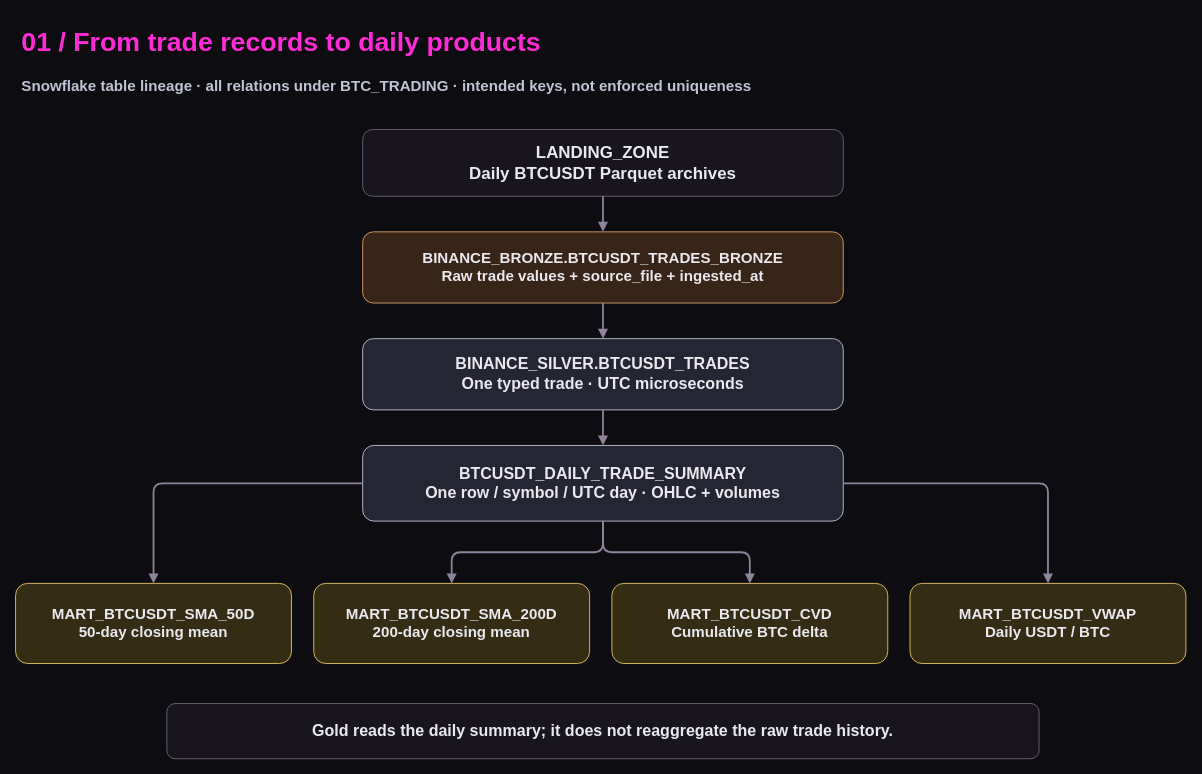
Before: docs/assets/diagrams/01-lineage.drawio in saradfrz/bitcoin-pipeline-benchmark-snowflake, a draw.io diagram. Source tidied: cells renumbered, new cells numbered last; positions are measured from the earlier drawing's top-left corner, leaving out a move shared by most shapes. Both pictures are drawn from the tidied source at 89%, with x=0, y=0 at pixel (15, 15).
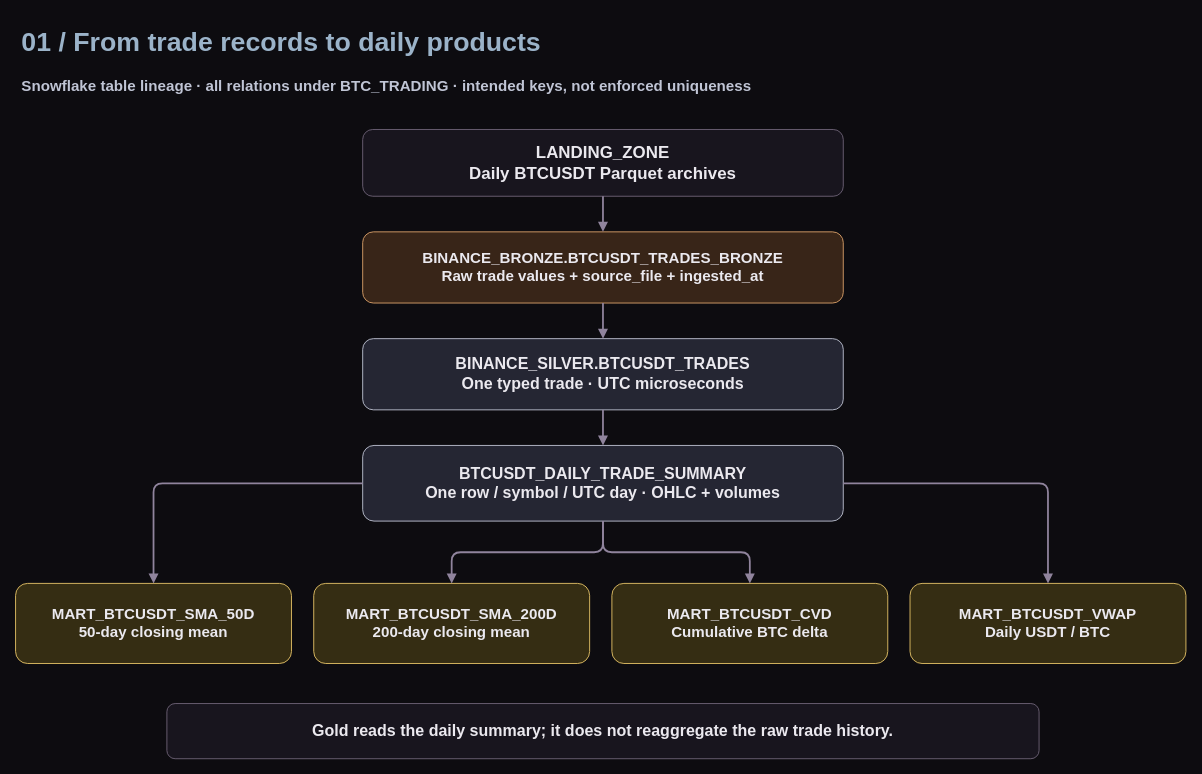
The same page after the edit.

Diff of the diagram source:
```diff
@@
 <mxGraphModel background="#0d0c10">
   <root>
     <mxCell id="0" />
     <mxCell id="1" parent="0" />
-    <mxCell id="2" value="01 / From trade records to daily products" style="text;html=0;strokeColor=none;fillColor=none;fontColor=#ff2bd6;fontSize=30;fontStyle=1;align=left;verticalAlign=middle;" parent="1" vertex="1">
+    <mxCell id="2" value="01 / From trade records to daily products" style="text;html=0;strokeColor=none;fillColor=none;fontColor=#9bb3c9;fontSize=30;fontStyle=1;align=left;verticalAlign=middle;" parent="1" vertex="1">
       <mxGeometry x="5" width="1310" height="52" as="geometry" />
     </mxCell>
     <mxCell id="3" value="Snowflake table lineage · all relations under BTC_TRADING · intended keys, not enforced uniqueness" style="text;html=0;strokeColor=none;fillColor=none;fontColor=#c0c5d5;fontSize=17;fontStyle=1;align=left;verticalAlign=middle;" parent="1" vertex="1">
       <mxGeometry x="5" y="55" width="1310" height="46" as="geometry" />
     </mxCell>
     <mxCell id="4" value="LANDING_ZONE&#10;Daily BTCUSDT Parquet archives" style="rounded=1;whiteSpace=wrap;html=0;fillColor=#18151e;strokeColor=#706579;fontColor=#ebe9ef;fontSize=19;fontStyle=1;align=center;verticalAlign=middle;spacing=12;" parent="1" vertex="1">
       <mxGeometry x="390" y="128" width="540" height="75" as="geometry" />
     </mxCell>
     <mxCell id="5" value="BINANCE_BRONZE.BTCUSDT_TRADES_BRONZE&#10;Raw trade values + source_file + ingested_at" style="rounded=1;whiteSpace=wrap;html=0;fillColor=#382518;strokeColor=#dba26b;fontColor=#ebe9ef;fontSize=17;fontStyle=1;align=center;verticalAlign=middle;spacing=12;" parent="1" vertex="1">
       <mxGeometry x="390" y="243" width="540" height="80" as="geometry" />
     </mxCell>
     <mxCell id="6" value="BINANCE_SILVER.BTCUSDT_TRADES&#10;One typed trade · UTC microseconds" style="rounded=1;whiteSpace=wrap;html=0;fillColor=#252633;strokeColor=#c0c5d5;fontColor=#ebe9ef;fontSize=18;fontStyle=1;align=center;verticalAlign=middle;spacing=12;" parent="1" vertex="1">
       <mxGeometry x="390" y="363" width="540" height="80" as="geometry" />
     </mxCell>
     <mxCell id="7" value="BTCUSDT_DAILY_TRADE_SUMMARY&#10;One row / symbol / UTC day · OHLC + volumes" style="rounded=1;whiteSpace=wrap;html=0;fillColor=#252633;strokeColor=#c0c5d5;fontColor=#ebe9ef;fontSize=18;fontStyle=1;align=center;verticalAlign=middle;spacing=12;" parent="1" vertex="1">
       <mxGeometry x="390" y="483" width="540" height="85" as="geometry" />
     </mxCell>
     <mxCell id="8" value="MART_BTCUSDT_SMA_50D&#10;50-day closing mean" style="rounded=1;whiteSpace=wrap;html=0;fillColor=#352d13;strokeColor=#e8c568;fontColor=#ebe9ef;fontSize=17;fontStyle=1;align=center;verticalAlign=middle;spacing=12;" parent="1" vertex="1">
       <mxGeometry y="638" width="310" height="90" as="geometry" />
     </mxCell>
     <mxCell id="9" value="MART_BTCUSDT_SMA_200D&#10;200-day closing mean" style="rounded=1;whiteSpace=wrap;html=0;fillColor=#352d13;strokeColor=#e8c568;fontColor=#ebe9ef;fontSize=17;fontStyle=1;align=center;verticalAlign=middle;spacing=12;" parent="1" vertex="1">
       <mxGeometry x="335" y="638" width="310" height="90" as="geometry" />
     </mxCell>
     <mxCell id="10" value="MART_BTCUSDT_CVD&#10;Cumulative BTC delta" style="rounded=1;whiteSpace=wrap;html=0;fillColor=#352d13;strokeColor=#e8c568;fontColor=#ebe9ef;fontSize=17;fontStyle=1;align=center;verticalAlign=middle;spacing=12;" parent="1" vertex="1">
       <mxGeometry x="670" y="638" width="310" height="90" as="geometry" />
     </mxCell>
     <mxCell id="11" value="MART_BTCUSDT_VWAP&#10;Daily USDT / BTC" style="rounded=1;whiteSpace=wrap;html=0;fillColor=#352d13;strokeColor=#e8c568;fontColor=#ebe9ef;fontSize=17;fontStyle=1;align=center;verticalAlign=middle;spacing=12;" parent="1" vertex="1">
       <mxGeometry x="1005" y="638" width="310" height="90" as="geometry" />
     </mxCell>
     <mxCell id="12" value="Gold reads the daily summary; it does not reaggregate the raw trade history." style="rounded=1;whiteSpace=wrap;html=0;fillColor=#18151e;strokeColor=#706579;fontColor=#ebe9ef;fontSize=18;fontStyle=1;align=center;verticalAlign=middle;spacing=12;" parent="1" vertex="1">
       <mxGeometry x="170" y="773" width="980" height="62" as="geometry" />
     </mxCell>
     <mxCell id="13" style="edgeStyle=orthogonalEdgeStyle;rounded=1;html=0;strokeColor=#90849d;strokeWidth=2;endArrow=block;endFill=1;" parent="1" edge="1" source="4" target="5">
       <mxGeometry relative="1" as="geometry" />
     </mxCell>
     <mxCell id="14" style="edgeStyle=orthogonalEdgeStyle;rounded=1;html=0;strokeColor=#90849d;strokeWidth=2;endArrow=block;endFill=1;" parent="1" edge="1" source="5" target="6">
       <mxGeometry relative="1" as="geometry" />
     </mxCell>
     <mxCell id="15" style="edgeStyle=orthogonalEdgeStyle;rounded=1;html=0;strokeColor=#90849d;strokeWidth=2;endArrow=block;endFill=1;" parent="1" edge="1" source="6" target="7">
       <mxGeometry relative="1" as="geometry" />
     </mxCell>
     <mxCell id="16" style="edgeStyle=orthogonalEdgeStyle;rounded=1;html=0;strokeColor=#90849d;strokeWidth=2;endArrow=block;endFill=1;" parent="1" edge="1" source="7" target="8">
       <mxGeometry relative="1" as="geometry" />
     </mxCell>
     <mxCell id="17" style="edgeStyle=orthogonalEdgeStyle;rounded=1;html=0;strokeColor=#90849d;strokeWidth=2;endArrow=block;endFill=1;" parent="1" edge="1" source="7" target="9">
       <mxGeometry relative="1" as="geometry" />
     </mxCell>
     <mxCell id="18" style="edgeStyle=orthogonalEdgeStyle;rounded=1;html=0;strokeColor=#90849d;strokeWidth=2;endArrow=block;endFill=1;" parent="1" edge="1" source="7" target="10">
       <mxGeometry relative="1" as="geometry" />
     </mxCell>
     <mxCell id="19" style="edgeStyle=orthogonalEdgeStyle;rounded=1;html=0;strokeColor=#90849d;strokeWidth=2;endArrow=block;endFill=1;" parent="1" edge="1" source="7" target="11">
       <mxGeometry relative="1" as="geometry" />
     </mxCell>
   </root>
 </mxGraphModel>
```
